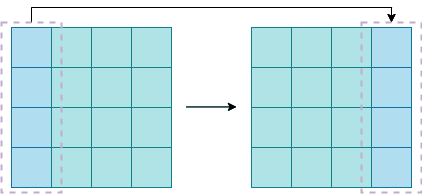
Earlier version of the draw.io export thesis/ch3/移位示意图.drawio.png (guxdong/imgrepo). Source tidied: cells renumbered, new cells last; positions are measured from the earlier drawing's top-left corner, leaving out a move shared by most shapes.
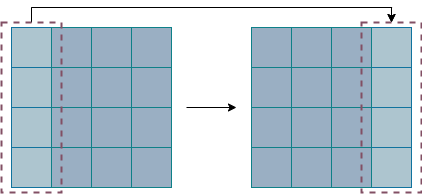
After the commit.

Commit message:
更新移位示意图.drawio.png

What changed in the source:
```diff
@@ -8,10 +8,10 @@
     <mxCell id="3" style="rounded=0;whiteSpace=wrap;html=1;fillColor=#d5e8d4;strokeColor=#82b366;" parent="1" vertex="1">
       <mxGeometry x="50" y="20" width="40" height="40" as="geometry" />
     </mxCell>
-    <mxCell id="4" style="rounded=0;whiteSpace=wrap;html=1;fillColor=#b0e3e6;strokeColor=#0e8088;" parent="1" vertex="1">
+    <mxCell id="4" style="rounded=0;whiteSpace=wrap;html=1;fillColor=#9AAFC3;strokeColor=#0e8088;" parent="1" vertex="1">
       <mxGeometry x="90" y="20" width="40" height="40" as="geometry" />
     </mxCell>
-    <mxCell id="5" style="rounded=0;whiteSpace=wrap;html=1;fillColor=#b0e3e6;strokeColor=#0e8088;" parent="1" vertex="1">
+    <mxCell id="5" style="rounded=0;whiteSpace=wrap;html=1;fillColor=#9AAFC3;strokeColor=#0e8088;" parent="1" vertex="1">
       <mxGeometry x="130" y="20" width="40" height="40" as="geometry" />
     </mxCell>
     <mxCell id="6" style="rounded=0;whiteSpace=wrap;html=1;fillColor=#dae8fc;strokeColor=#6c8ebf;" parent="1" vertex="1">
@@ -20,10 +20,10 @@
     <mxCell id="7" style="rounded=0;whiteSpace=wrap;html=1;fillColor=#d5e8d4;strokeColor=#82b366;" parent="1" vertex="1">
       <mxGeometry x="50" y="60" width="40" height="40" as="geometry" />
     </mxCell>
-    <mxCell id="8" style="rounded=0;whiteSpace=wrap;html=1;fillColor=#b0e3e6;strokeColor=#0e8088;" parent="1" vertex="1">
+    <mxCell id="8" style="rounded=0;whiteSpace=wrap;html=1;fillColor=#9AAFC3;strokeColor=#0e8088;" parent="1" vertex="1">
       <mxGeometry x="90" y="60" width="40" height="40" as="geometry" />
     </mxCell>
-    <mxCell id="9" style="rounded=0;whiteSpace=wrap;html=1;fillColor=#b0e3e6;strokeColor=#0e8088;" parent="1" vertex="1">
+    <mxCell id="9" style="rounded=0;whiteSpace=wrap;html=1;fillColor=#9AAFC3;strokeColor=#0e8088;" parent="1" vertex="1">
       <mxGeometry x="130" y="60" width="40" height="40" as="geometry" />
     </mxCell>
     <mxCell id="10" style="rounded=0;whiteSpace=wrap;html=1;fillColor=#dae8fc;strokeColor=#6c8ebf;" parent="1" vertex="1">
@@ -32,10 +32,10 @@
     <mxCell id="11" style="rounded=0;whiteSpace=wrap;html=1;fillColor=#d5e8d4;strokeColor=#82b366;" parent="1" vertex="1">
       <mxGeometry x="50" y="100" width="40" height="40" as="geometry" />
     </mxCell>
-    <mxCell id="12" style="rounded=0;whiteSpace=wrap;html=1;fillColor=#b0e3e6;strokeColor=#0e8088;" parent="1" vertex="1">
+    <mxCell id="12" style="rounded=0;whiteSpace=wrap;html=1;fillColor=#9AAFC3;strokeColor=#0e8088;" parent="1" vertex="1">
       <mxGeometry x="90" y="100" width="40" height="40" as="geometry" />
     </mxCell>
-    <mxCell id="13" style="rounded=0;whiteSpace=wrap;html=1;fillColor=#b0e3e6;strokeColor=#0e8088;" parent="1" vertex="1">
+    <mxCell id="13" style="rounded=0;whiteSpace=wrap;html=1;fillColor=#9AAFC3;strokeColor=#0e8088;" parent="1" vertex="1">
       <mxGeometry x="130" y="100" width="40" height="40" as="geometry" />
     </mxCell>
     <mxCell id="14" style="rounded=0;whiteSpace=wrap;html=1;fillColor=#dae8fc;strokeColor=#6c8ebf;" parent="1" vertex="1">
@@ -44,64 +44,64 @@
     <mxCell id="15" style="rounded=0;whiteSpace=wrap;html=1;fillColor=#d5e8d4;strokeColor=#82b366;" parent="1" vertex="1">
       <mxGeometry x="50" y="140" width="40" height="40" as="geometry" />
     </mxCell>
-    <mxCell id="16" style="rounded=0;whiteSpace=wrap;html=1;fillColor=#b0e3e6;strokeColor=#0e8088;" parent="1" vertex="1">
+    <mxCell id="16" style="rounded=0;whiteSpace=wrap;html=1;fillColor=#9AAFC3;strokeColor=#0e8088;" parent="1" vertex="1">
       <mxGeometry x="90" y="140" width="40" height="40" as="geometry" />
     </mxCell>
-    <mxCell id="17" style="rounded=0;whiteSpace=wrap;html=1;fillColor=#b0e3e6;strokeColor=#0e8088;" parent="1" vertex="1">
+    <mxCell id="17" style="rounded=0;whiteSpace=wrap;html=1;fillColor=#9AAFC3;strokeColor=#0e8088;" parent="1" vertex="1">
       <mxGeometry x="130" y="140" width="40" height="40" as="geometry" />
     </mxCell>
-    <mxCell id="18" style="rounded=0;whiteSpace=wrap;html=1;fillColor=#b1ddf0;strokeColor=#10739e;" parent="1" vertex="1">
+    <mxCell id="18" style="rounded=0;whiteSpace=wrap;html=1;fillColor=#ADC5CF;strokeColor=#10739e;" parent="1" vertex="1">
       <mxGeometry x="370" y="20" width="40" height="40" as="geometry" />
     </mxCell>
-    <mxCell id="19" style="rounded=0;whiteSpace=wrap;html=1;fillColor=#b0e3e6;strokeColor=#0e8088;" parent="1" vertex="1">
+    <mxCell id="19" style="rounded=0;whiteSpace=wrap;html=1;fillColor=#9AAFC3;strokeColor=#0e8088;" parent="1" vertex="1">
       <mxGeometry x="250" y="20" width="40" height="40" as="geometry" />
     </mxCell>
-    <mxCell id="20" style="rounded=0;whiteSpace=wrap;html=1;fillColor=#b0e3e6;strokeColor=#0e8088;" parent="1" vertex="1">
+    <mxCell id="20" style="rounded=0;whiteSpace=wrap;html=1;fillColor=#9AAFC3;strokeColor=#0e8088;" parent="1" vertex="1">
       <mxGeometry x="290" y="20" width="40" height="40" as="geometry" />
     </mxCell>
     <mxCell id="21" style="rounded=0;whiteSpace=wrap;html=1;fillColor=#b0e3e6;strokeColor=#0e8088;" parent="1" vertex="1">
       <mxGeometry x="330" y="20" width="40" height="40" as="geometry" />
     </mxCell>
-    <mxCell id="22" style="rounded=0;whiteSpace=wrap;html=1;fillColor=#b1ddf0;strokeColor=#10739e;" parent="1" vertex="1">
+    <mxCell id="22" style="rounded=0;whiteSpace=wrap;html=1;fillColor=#ADC5CF;strokeColor=#10739e;" parent="1" vertex="1">
       <mxGeometry x="370" y="60" width="40" height="40" as="geometry" />
     </mxCell>
-    <mxCell id="23" style="rounded=0;whiteSpace=wrap;html=1;fillColor=#b0e3e6;strokeColor=#0e8088;" parent="1" vertex="1">
+    <mxCell id="23" style="rounded=0;whiteSpace=wrap;html=1;fillColor=#9AAFC3;strokeColor=#0e8088;" parent="1" vertex="1">
       <mxGeometry x="250" y="60" width="40" height="40" as="geometry" />
     </mxCell>
-    <mxCell id="24" style="rounded=0;whiteSpace=wrap;html=1;fillColor=#b0e3e6;strokeColor=#0e8088;" parent="1" vertex="1">
+    <mxCell id="24" style="rounded=0;whiteSpace=wrap;html=1;fillColor=#9AAFC3;strokeColor=#0e8088;" parent="1" vertex="1">
       <mxGeometry x="290" y="60" width="40" height="40" as="geometry" />
     </mxCell>
     <mxCell id="25" style="rounded=0;whiteSpace=wrap;html=1;fillColor=#b0e3e6;strokeColor=#0e8088;" parent="1" vertex="1">
       <mxGeometry x="330" y="60" width="40" height="40" as="geometry" />
     </mxCell>
-    <mxCell id="26" style="rounded=0;whiteSpace=wrap;html=1;fillColor=#b1ddf0;strokeColor=#10739e;" parent="1" vertex="1">
+    <mxCell id="26" style="rounded=0;whiteSpace=wrap;html=1;fillColor=#ADC5CF;strokeColor=#10739e;" parent="1" vertex="1">
       <mxGeometry x="370" y="100" width="40" height="40" as="geometry" />
     </mxCell>
-    <mxCell id="27" style="rounded=0;whiteSpace=wrap;html=1;fillColor=#b0e3e6;strokeColor=#0e8088;" parent="1" vertex="1">
+    <mxCell id="27" style="rounded=0;whiteSpace=wrap;html=1;fillColor=#9AAFC3;strokeColor=#0e8088;" parent="1" vertex="1">
       <mxGeometry x="250" y="100" width="40" height="40" as="geometry" />
     </mxCell>
-    <mxCell id="28" style="rounded=0;whiteSpace=wrap;html=1;fillColor=#b0e3e6;strokeColor=#0e8088;" parent="1" vertex="1">
+    <mxCell id="28" style="rounded=0;whiteSpace=wrap;html=1;fillColor=#9AAFC3;strokeColor=#0e8088;" parent="1" vertex="1">
       <mxGeometry x="290" y="100" width="40" height="40" as="geometry" />
     </mxCell>
     <mxCell id="29" style="rounded=0;whiteSpace=wrap;html=1;fillColor=#b0e3e6;strokeColor=#0e8088;" parent="1" vertex="1">
       <mxGeometry x="330" y="100" width="40" height="40" as="geometry" />
     </mxCell>
-    <mxCell id="30" style="rounded=0;whiteSpace=wrap;html=1;fillColor=#b1ddf0;strokeColor=#10739e;" parent="1" vertex="1">
+    <mxCell id="30" style="rounded=0;whiteSpace=wrap;html=1;fillColor=#ADC5CF;strokeColor=#10739e;" parent="1" vertex="1">
       <mxGeometry x="370" y="140" width="40" height="40" as="geometry" />
     </mxCell>
-    <mxCell id="31" style="rounded=0;whiteSpace=wrap;html=1;fillColor=#b0e3e6;strokeColor=#0e8088;" parent="1" vertex="1">
+    <mxCell id="31" style="rounded=0;whiteSpace=wrap;html=1;fillColor=#9AAFC3;strokeColor=#0e8088;" parent="1" vertex="1">
       <mxGeometry x="250" y="140" width="40" height="40" as="geometry" />
     </mxCell>
-    <mxCell id="32" style="rounded=0;whiteSpace=wrap;html=1;fillColor=#b0e3e6;strokeColor=#0e8088;" parent="1" vertex="1">
+    <mxCell id="32" style="rounded=0;whiteSpace=wrap;html=1;fillColor=#9AAFC3;strokeColor=#0e8088;" parent="1" vertex="1">
       <mxGeometry x="290" y="140" width="40" height="40" as="geometry" />
     </mxCell>
     <mxCell id="33" style="rounded=0;whiteSpace=wrap;html=1;fillColor=#b0e3e6;strokeColor=#0e8088;" parent="1" vertex="1">
       <mxGeometry x="330" y="140" width="40" height="40" as="geometry" />
     </mxCell>
-    <mxCell id="34" style="endArrow=classic;html=1;rounded=0;fillColor=#b0e3e6;strokeColor=#0e8088;" parent="1" edge="1">
+    <mxCell id="34" style="endArrow=classic;html=1;rounded=0;fillColor=#b0e3e6;strokeColor=#000000;" parent="1" edge="1">
       <mxGeometry relative="1" as="geometry">
-        <mxPoint x="185" y="99.4" as="sourcePoint" />
-        <mxPoint x="235" y="99.4" as="targetPoint" />
+        <mxPoint x="185" y="100" as="sourcePoint" />
+        <mxPoint x="235" y="100" as="targetPoint" />
       </mxGeometry>
     </mxCell>
     <mxCell id="35" style="endArrow=none;html=1;rounded=0;entryX=0.5;entryY=0;entryDx=0;entryDy=0;" parent="1" edge="1" target="74">
@@ -121,109 +121,103 @@
         <mxPoint x="390" y="15" as="targetPoint" />
       </mxGeometry>
     </mxCell>
-    <mxCell id="38" style="rounded=0;whiteSpace=wrap;html=1;fillColor=#b1ddf0;strokeColor=#10739e;" parent="1" vertex="1">
+    <mxCell id="38" style="rounded=0;whiteSpace=wrap;html=1;fillColor=#ADC5CF;strokeColor=#10739e;" parent="1" vertex="1">
       <mxGeometry x="10" y="20" width="40" height="40" as="geometry" />
     </mxCell>
-    <mxCell id="39" style="rounded=0;whiteSpace=wrap;html=1;fillColor=#b0e3e6;strokeColor=#0e8088;" parent="1" vertex="1">
+    <mxCell id="39" style="rounded=0;whiteSpace=wrap;html=1;fillColor=#9AAFC3;strokeColor=#0e8088;" parent="1" vertex="1">
       <mxGeometry x="50" y="20" width="40" height="40" as="geometry" />
     </mxCell>
-    <mxCell id="40" style="rounded=0;whiteSpace=wrap;html=1;fillColor=#b0e3e6;strokeColor=#0e8088;" parent="1" vertex="1">
+    <mxCell id="40" style="rounded=0;whiteSpace=wrap;html=1;fillColor=#9AAFC3;strokeColor=#0e8088;" parent="1" vertex="1">
       <mxGeometry x="90" y="20" width="40" height="40" as="geometry" />
     </mxCell>
-    <mxCell id="41" style="rounded=0;whiteSpace=wrap;html=1;fillColor=#b0e3e6;strokeColor=#0e8088;" parent="1" vertex="1">
+    <mxCell id="41" style="rounded=0;whiteSpace=wrap;html=1;fillColor=#9AAFC3;strokeColor=#0e8088;" parent="1" vertex="1">
       <mxGeometry x="130" y="20" width="40" height="40" as="geometry" />
     </mxCell>
-    <mxCell id="42" style="rounded=0;whiteSpace=wrap;html=1;fillColor=#b1ddf0;strokeColor=#10739e;" parent="1" vertex="1">
+    <mxCell id="42" style="rounded=0;whiteSpace=wrap;html=1;fillColor=#ADC5CF;strokeColor=#10739e;" parent="1" vertex="1">
       <mxGeometry x="10" y="60" width="40" height="40" as="geometry" />
     </mxCell>
-    <mxCell id="43" style="rounded=0;whiteSpace=wrap;html=1;fillColor=#b0e3e6;strokeColor=#0e8088;" parent="1" vertex="1">
+    <mxCell id="43" style="rounded=0;whiteSpace=wrap;html=1;fillColor=#9AAFC3;strokeColor=#0e8088;" parent="1" vertex="1">
       <mxGeometry x="50" y="60" width="40" height="40" as="geometry" />
     </mxCell>
-    <mxCell id="44" style="rounded=0;whiteSpace=wrap;html=1;fillColor=#b0e3e6;strokeColor=#0e8088;" parent="1" vertex="1">
+    <mxCell id="44" style="rounded=0;whiteSpace=wrap;html=1;fillColor=#9AAFC3;strokeColor=#0e8088;" parent="1" vertex="1">
       <mxGeometry x="90" y="60" width="40" height="40" as="geometry" />
     </mxCell>
-    <mxCell id="45" style="rounded=0;whiteSpace=wrap;html=1;fillColor=#b0e3e6;strokeColor=#0e8088;" parent="1" vertex="1">
+    <mxCell id="45" style="rounded=0;whiteSpace=wrap;html=1;fillColor=#9AAFC3;strokeColor=#0e8088;" parent="1" vertex="1">
       <mxGeometry x="130" y="60" width="40" height="40" as="geometry" />
     </mxCell>
-    <mxCell id="46" style="rounded=0;whiteSpace=wrap;html=1;fillColor=#b1ddf0;strokeColor=#10739e;" parent="1" vertex="1">
+    <mxCell id="46" style="rounded=0;whiteSpace=wrap;html=1;fillColor=#ADC5CF;strokeColor=#10739e;" parent="1" vertex="1">
       <mxGeometry x="10" y="100" width="40" height="40" as="geometry" />
     </mxCell>
-    <mxCell id="47" style="rounded=0;whiteSpace=wrap;html=1;fillColor=#b0e3e6;strokeColor=#0e8088;" parent="1" vertex="1">
+    <mxCell id="47" style="rounded=0;whiteSpace=wrap;html=1;fillColor=#9AAFC3;strokeColor=#0e8088;" parent="1" vertex="1">
       <mxGeometry x="50" y="100" width="40" height="40" as="geometry" />
     </mxCell>
-    <mxCell id="48" style="rounded=0;whiteSpace=wrap;html=1;fillColor=#b0e3e6;strokeColor=#0e8088;" parent="1" vertex="1">
+    <mxCell id="48" style="rounded=0;whiteSpace=wrap;html=1;fillColor=#9AAFC3;strokeColor=#0e8088;" parent="1" vertex="1">
       <mxGeometry x="90" y="100" width="40" height="40" as="geometry" />
     </mxCell>
-    <mxCell id="49" style="rounded=0;whiteSpace=wrap;html=1;fillColor=#b0e3e6;strokeColor=#0e8088;" parent="1" vertex="1">
+    <mxCell id="49" style="rounded=0;whiteSpace=wrap;html=1;fillColor=#9AAFC3;strokeColor=#0e8088;" parent="1" vertex="1">
       <mxGeometry x="130" y="100" width="40" height="40" as="geometry" />
     </mxCell>
-    <mxCell id="50" style="rounded=0;whiteSpace=wrap;html=1;fillColor=#b1ddf0;strokeColor=#10739e;" parent="1" vertex="1">
+    <mxCell id="50" style="rounded=0;whiteSpace=wrap;html=1;fillColor=#ADC5CF;strokeColor=#10739e;" parent="1" vertex="1">
       <mxGeometry x="10" y="140" width="40" height="40" as="geometry" />
     </mxCell>
-    <mxCell id="51" style="rounded=0;whiteSpace=wrap;html=1;fillColor=#b0e3e6;strokeColor=#0e8088;" parent="1" vertex="1">
+    <mxCell id="51" style="rounded=0;whiteSpace=wrap;html=1;fillColor=#9AAFC3;strokeColor=#0e8088;" parent="1" vertex="1">
       <mxGeometry x="50" y="140" width="40" height="40" as="geometry" />
     </mxCell>
-    <mxCell id="52" style="rounded=0;whiteSpace=wrap;html=1;fillColor=#b0e3e6;strokeColor=#0e8088;" parent="1" vertex="1">
+    <mxCell id="52" style="rounded=0;whiteSpace=wrap;html=1;fillColor=#9AAFC3;strokeColor=#0e8088;" parent="1" vertex="1">
       <mxGeometry x="90" y="140" width="40" height="40" as="geometry" />
     </mxCell>
-    <mxCell id="53" style="rounded=0;whiteSpace=wrap;html=1;fillColor=#b0e3e6;strokeColor=#0e8088;" parent="1" vertex="1">
+    <mxCell id="53" style="rounded=0;whiteSpace=wrap;html=1;fillColor=#9AAFC3;strokeColor=#0e8088;" parent="1" vertex="1">
       <mxGeometry x="130" y="140" width="40" height="40" as="geometry" />
     </mxCell>
-    <mxCell id="54" style="rounded=0;whiteSpace=wrap;html=1;fillColor=#b1ddf0;strokeColor=#10739e;" parent="1" vertex="1">
+    <mxCell id="54" style="rounded=0;whiteSpace=wrap;html=1;fillColor=#ADC5CF;strokeColor=#10739e;" parent="1" vertex="1">
       <mxGeometry x="370" y="20" width="40" height="40" as="geometry" />
     </mxCell>
-    <mxCell id="55" style="rounded=0;whiteSpace=wrap;html=1;fillColor=#b0e3e6;strokeColor=#0e8088;" parent="1" vertex="1">
+    <mxCell id="55" style="rounded=0;whiteSpace=wrap;html=1;fillColor=#9AAFC3;strokeColor=#0e8088;" parent="1" vertex="1">
       <mxGeometry x="250" y="20" width="40" height="40" as="geometry" />
     </mxCell>
-    <mxCell id="56" style="rounded=0;whiteSpace=wrap;html=1;fillColor=#b0e3e6;strokeColor=#0e8088;" parent="1" vertex="1">
+    <mxCell id="56" style="rounded=0;whiteSpace=wrap;html=1;fillColor=#9AAFC3;strokeColor=#0e8088;" parent="1" vertex="1">
       <mxGeometry x="290" y="20" width="40" height="40" as="geometry" />
     </mxCell>
-    <mxCell id="57" style="rounded=0;whiteSpace=wrap;html=1;fillColor=#b0e3e6;strokeColor=#0e8088;" parent="1" vertex="1">
+    <mxCell id="57" style="rounded=0;whiteSpace=wrap;html=1;fillColor=#9AAFC3;strokeColor=#0e8088;" parent="1" vertex="1">
       <mxGeometry x="330" y="20" width="40" height="40" as="geometry" />
     </mxCell>
-    <mxCell id="58" style="rounded=0;whiteSpace=wrap;html=1;fillColor=#b1ddf0;strokeColor=#10739e;" parent="1" vertex="1">
+    <mxCell id="58" style="rounded=0;whiteSpace=wrap;html=1;fillColor=#ADC5CF;strokeColor=#10739e;" parent="1" vertex="1">
       <mxGeometry x="370" y="60" width="40" height="40" as="geometry" />
     </mxCell>
-    <mxCell id="59" style="rounded=0;whiteSpace=wrap;html=1;fillColor=#b0e3e6;strokeColor=#0e8088;" parent="1" vertex="1">
+    <mxCell id="59" style="rounded=0;whiteSpace=wrap;html=1;fillColor=#9AAFC3;strokeColor=#0e8088;" parent="1" vertex="1">
       <mxGeometry x="250" y="60" width="40" height="40" as="geometry" />
     </mxCell>
-    <mxCell id="60" style="rounded=0;whiteSpace=wrap;html=1;fillColor=#b0e3e6;strokeColor=#0e8088;" parent="1" vertex="1">
+    <mxCell id="60" style="rounded=0;whiteSpace=wrap;html=1;fillColor=#9AAFC3;strokeColor=#0e8088;" parent="1" vertex="1">
       <mxGeometry x="290" y="60" width="40" height="40" as="geometry" />
     </mxCell>
-    <mxCell id="61" style="rounded=0;whiteSpace=wrap;html=1;fillColor=#b0e3e6;strokeColor=#0e8088;" parent="1" vertex="1">
+    <mxCell id="61" style="rounded=0;whiteSpace=wrap;html=1;fillColor=#9AAFC3;strokeColor=#0e8088;" parent="1" vertex="1">
       <mxGeometry x="330" y="60" width="40" height="40" as="geometry" />
     </mxCell>
-    <mxCell id="62" style="rounded=0;whiteSpace=wrap;html=1;fillColor=#b1ddf0;strokeColor=#10739e;" parent="1" vertex="1">
+    <mxCell id="62" style="rounded=0;whiteSpace=wrap;html=1;fillColor=#ADC5CF;strokeColor=#10739e;" parent="1" vertex="1">
       <mxGeometry x="370" y="100" width="40" height="40" as="geometry" />
     </mxCell>
-    <mxCell id="63" style="rounded=0;whiteSpace=wrap;html=1;fillColor=#b0e3e6;strokeColor=#0e8088;" parent="1" vertex="1">
+    <mxCell id="63" style="rounded=0;whiteSpace=wrap;html=1;fillColor=#9AAFC3;strokeColor=#0e8088;" parent="1" vertex="1">
       <mxGeometry x="250" y="100" width="40" height="40" as="geometry" />
     </mxCell>
-    <mxCell id="64" style="rounded=0;whiteSpace=wrap;html=1;fillColor=#b0e3e6;strokeColor=#0e8088;" parent="1" vertex="1">
+    <mxCell id="64" style="rounded=0;whiteSpace=wrap;html=1;fillColor=#9AAFC3;strokeColor=#0e8088;" parent="1" vertex="1">
       <mxGeometry x="290" y="100" width="40" height="40" as="geometry" />
     </mxCell>
-    <mxCell id="65" style="rounded=0;whiteSpace=wrap;html=1;fillColor=#b0e3e6;strokeColor=#0e8088;" parent="1" vertex="1">
+    <mxCell id="65" style="rounded=0;whiteSpace=wrap;html=1;fillColor=#9AAFC3;strokeColor=#0e8088;" parent="1" vertex="1">
       <mxGeometry x="330" y="100" width="40" height="40" as="geometry" />
     </mxCell>
-    <mxCell id="66" style="rounded=0;whiteSpace=wrap;html=1;fillColor=#b1ddf0;strokeColor=#10739e;" parent="1" vertex="1">
+    <mxCell id="66" style="rounded=0;whiteSpace=wrap;html=1;fillColor=#ADC5CF;strokeColor=#10739e;" parent="1" vertex="1">
       <mxGeometry x="370" y="140" width="40" height="40" as="geometry" />
     </mxCell>
-    <mxCell id="67" style="rounded=0;whiteSpace=wrap;html=1;fillColor=#b0e3e6;strokeColor=#0e8088;" parent="1" vertex="1">
+    <mxCell id="67" style="rounded=0;whiteSpace=wrap;html=1;fillColor=#9AAFC3;strokeColor=#0e8088;" parent="1" vertex="1">
       <mxGeometry x="250" y="140" width="40" height="40" as="geometry" />
     </mxCell>
-    <mxCell id="68" style="rounded=0;whiteSpace=wrap;html=1;fillColor=#b0e3e6;strokeColor=#0e8088;" parent="1" vertex="1">
+    <mxCell id="68" style="rounded=0;whiteSpace=wrap;html=1;fillColor=#9AAFC3;strokeColor=#0e8088;" parent="1" vertex="1">
       <mxGeometry x="290" y="140" width="40" height="40" as="geometry" />
     </mxCell>
-    <mxCell id="69" style="rounded=0;whiteSpace=wrap;html=1;fillColor=#b0e3e6;strokeColor=#0e8088;" parent="1" vertex="1">
+    <mxCell id="69" style="rounded=0;whiteSpace=wrap;html=1;fillColor=#9AAFC3;strokeColor=#0e8088;" parent="1" vertex="1">
       <mxGeometry x="330" y="140" width="40" height="40" as="geometry" />
     </mxCell>
-    <mxCell id="70" style="endArrow=classic;html=1;rounded=0;fillColor=#b0e3e6;strokeColor=#000000;" parent="1" edge="1">
-      <mxGeometry relative="1" as="geometry">
-        <mxPoint x="185" y="99.4" as="sourcePoint" />
-        <mxPoint x="235" y="99.4" as="targetPoint" />
-      </mxGeometry>
-    </mxCell>
-    <mxCell id="71" style="rounded=0;whiteSpace=wrap;html=1;fillColor=none;dashed=1;strokeWidth=2;strokeColor=#C3ABD0;" parent="1" vertex="1">
+    <mxCell id="71" style="rounded=0;whiteSpace=wrap;html=1;fillColor=none;dashed=1;strokeWidth=2;strokeColor=#824F64;" parent="1" vertex="1">
       <mxGeometry x="360" y="15" width="60" height="170" as="geometry" />
     </mxCell>
     <mxCell id="72" style="endArrow=none;html=1;rounded=0;" parent="1" edge="1">
@@ -237,7 +231,7 @@
         <mxPoint x="390" as="sourcePoint" />
       </mxGeometry>
     </mxCell>
-    <mxCell id="74" style="rounded=0;whiteSpace=wrap;html=1;fillColor=none;dashed=1;strokeWidth=2;strokeColor=#C3ABD0;" parent="1" vertex="1">
+    <mxCell id="74" style="rounded=0;whiteSpace=wrap;html=1;fillColor=none;dashed=1;strokeWidth=2;strokeColor=#824F64;" parent="1" vertex="1">
       <mxGeometry y="15" width="60" height="170" as="geometry" />
     </mxCell>
   </root>
```
